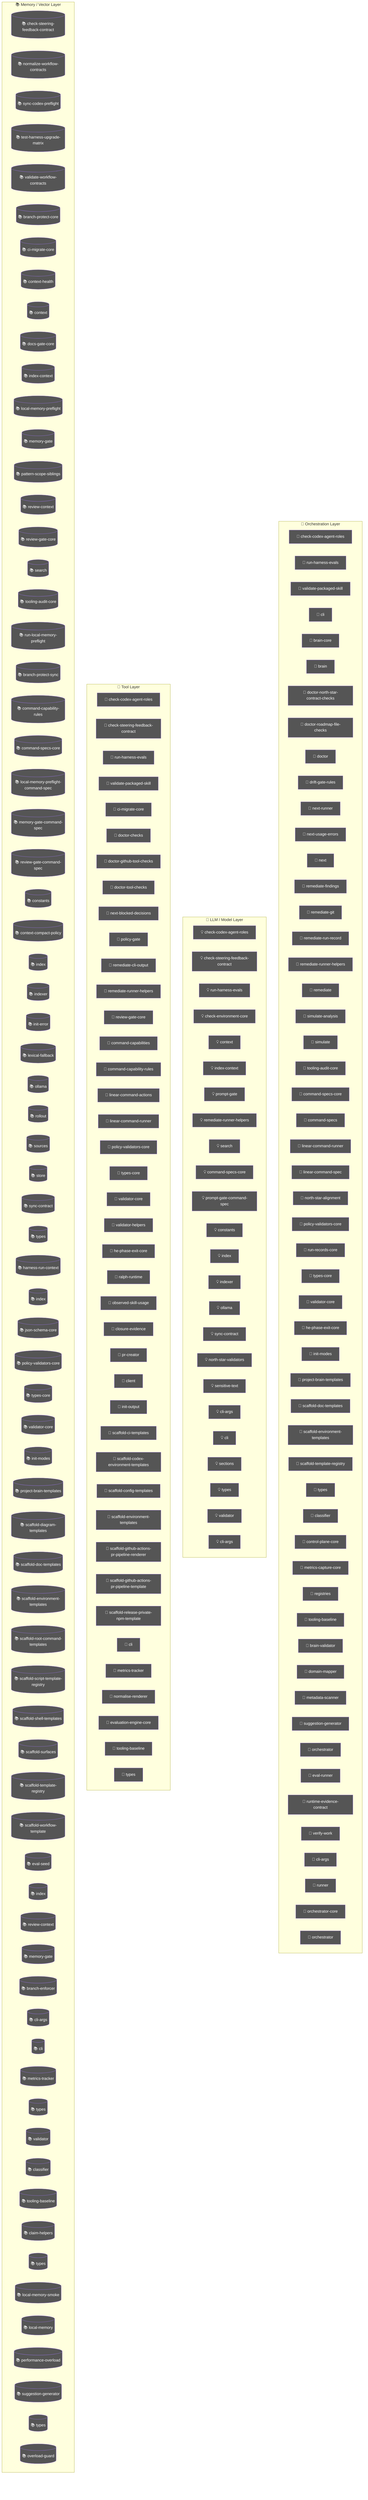
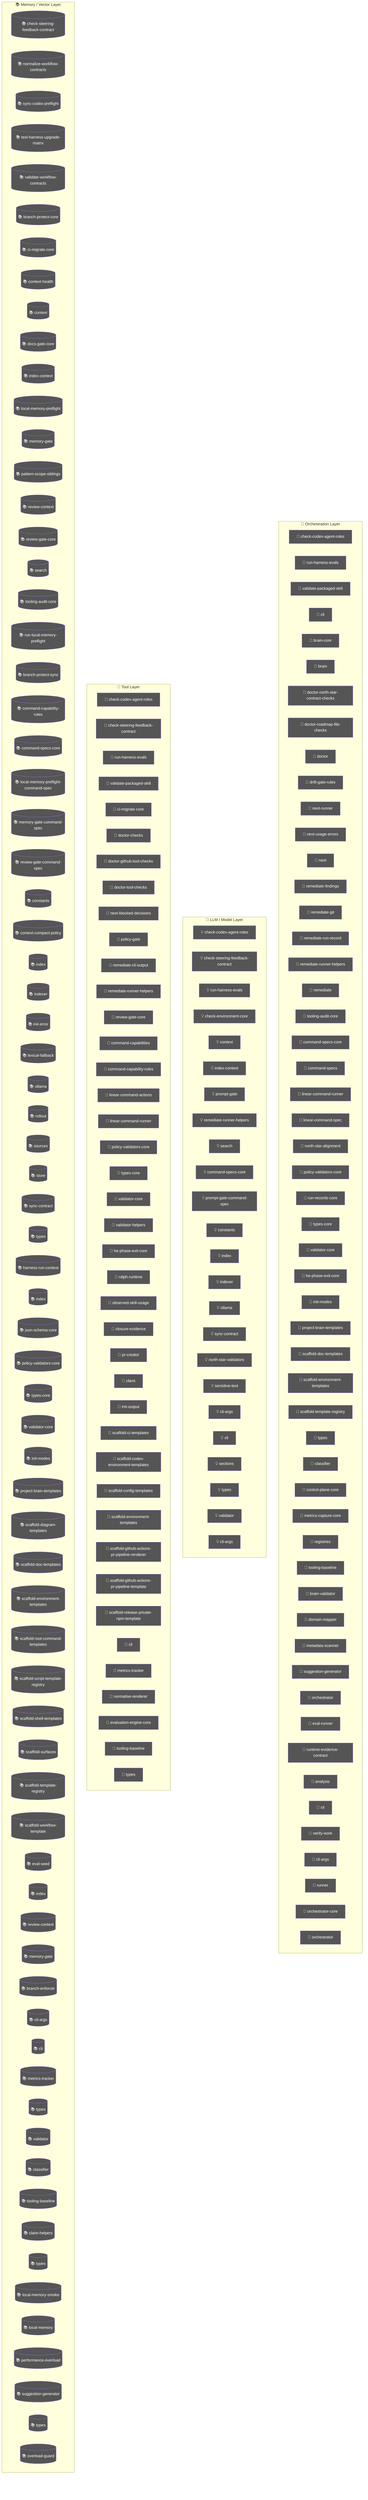
flowchart TD
  subgraph Orchestration["🎯 Orchestration Layer"]
    node_agent_mmd_orchestration_layer_orchestration_chec_7a9f0b64["🤖 check-codex-agent-roles"]
    node_agent_mmd_orchestration_layer_orchestration_run__18817957["🤖 run-harness-evals"]
    node_agent_mmd_orchestration_layer_orchestration_vali_c01b04be["🤖 validate-packaged-skill"]
    cli_99bb8840["🤖 cli"]
    brain_core_aa07c380["🤖 brain-core"]
    brain_bbbf7a64["🤖 brain"]
    doctor_north_star_contract_checks_0048124c["🤖 doctor-north-star-contract-checks"]
    doctor_roadmap_file_checks_14447b8e["🤖 doctor-roadmap-file-checks"]
    doctor_72f4be89["🤖 doctor"]
    drift_gate_rules_9685e72d["🤖 drift-gate-rules"]
    next_runner_41643472["🤖 next-runner"]
    next_usage_errors_837a345a["🤖 next-usage-errors"]
    next_c6c1c9a9["🤖 next"]
    remediate_findings_8b09c8c6["🤖 remediate-findings"]
    remediate_git_58c6f6f4["🤖 remediate-git"]
    remediate_run_record_9dfe5dc1["🤖 remediate-run-record"]
    node_agent_mmd_orchestration_layer_orchestration_reme_359fe98f["🤖 remediate-runner-helpers"]
    remediate_06b9c7fc["🤖 remediate"]
-     simulate_analysis_164a460c["🤖 simulate-analysis"]
-     simulate_b9efe395["🤖 simulate"]
    node_agent_mmd_orchestration_layer_orchestration_tool_acfe0c01["🤖 tooling-audit-core"]
    node_agent_mmd_orchestration_layer_orchestration_comm_1f8cc24c["🤖 command-specs-core"]
    command_specs_69167c63["🤖 command-specs"]
    node_agent_mmd_orchestration_layer_orchestration_line_b67affd5["🤖 linear-command-runner"]
    linear_command_spec_1e12dd44["🤖 linear-command-spec"]
    north_star_alignment_00440188["🤖 north-star-alignment"]
    node_agent_mmd_orchestration_layer_orchestration_poli_3270b55d["🤖 policy-validators-core"]
    run_records_core_89286dfa["🤖 run-records-core"]
    node_agent_mmd_orchestration_layer_orchestration_type_7cf81261["🤖 types-core"]
    node_agent_mmd_orchestration_layer_orchestration_vali_d9fe99e6["🤖 validator-core"]
    node_agent_mmd_orchestration_layer_orchestration_he_p_fc778c24["🤖 he-phase-exit-core"]
    node_agent_mmd_orchestration_layer_orchestration_init_2a9c3ecb["🤖 init-modes"]
    node_agent_mmd_orchestration_layer_orchestration_proj_6ab6f60f["🤖 project-brain-templates"]
    node_agent_mmd_orchestration_layer_orchestration_scaf_12cc07db["🤖 scaffold-doc-templates"]
    node_agent_mmd_orchestration_layer_orchestration_scaf_c9a90c2f["🤖 scaffold-environment-templates"]
    node_agent_mmd_orchestration_layer_orchestration_scaf_ff8f92f6["🤖 scaffold-template-registry"]
    types_9_1db4641f["🤖 types"]
    node_agent_mmd_orchestration_layer_orchestration_clas_899b821a["🤖 classifier"]
    control_plane_core_db3b4cb2["🤖 control-plane-core"]
    metrics_capture_core_db4bf7cf["🤖 metrics-capture-core"]
    registries_06402afa["🤖 registries"]
    node_agent_mmd_orchestration_layer_orchestration_tool_cc43149f["🤖 tooling-baseline"]
    brain_validator_be251832["🤖 brain-validator"]
    domain_mapper_cd9333d2["🤖 domain-mapper"]
    metadata_scanner_6a101b66["🤖 metadata-scanner"]
    node_agent_mmd_orchestration_layer_orchestration_sugg_85c5ebe3["🤖 suggestion-generator"]
    orchestrator_11376b7e["🤖 orchestrator"]
    eval_runner_0966a6b3["🤖 eval-runner"]
    runtime_evidence_contract_0f7b15b2["🤖 runtime-evidence-contract"]
+     analysis_f44e85c4["🤖 analysis"]
+     cli_8_e3a6ce03["🤖 cli"]
    verify_work_1_cd8e7ec3["🤖 verify-work"]
-     cli_args_9_9c136878["🤖 cli-args"]
+     cli_args_10_861cdd3f["🤖 cli-args"]
    runner_527aa9f4["🤖 runner"]
    orchestrator_core_d0678b53["🤖 orchestrator-core"]
    orchestrator_1_6b7137c5["🤖 orchestrator"]
  end
  subgraph LLMLayer["🧠 LLM / Model Layer"]
    node_agent_mmd_llm_model_layer_llmlayer_check_codex_a_29e7b7fa["💡 check-codex-agent-roles"]
    node_agent_mmd_llm_model_layer_llmlayer_check_steerin_a7dbbd2f["💡 check-steering-feedback-contract"]
    node_agent_mmd_llm_model_layer_llmlayer_run_harness_e_603fcfdc["💡 run-harness-evals"]
    check_environment_core_2c16213f["💡 check-environment-core"]
    node_agent_mmd_llm_model_layer_llmlayer_context_conte_ad2dfbd9["💡 context"]
    node_agent_mmd_llm_model_layer_llmlayer_index_context_1041bd11["💡 index-context"]
    prompt_gate_c5e9d207["💡 prompt-gate"]
    node_agent_mmd_llm_model_layer_llmlayer_remediate_run_9e3d4585["💡 remediate-runner-helpers"]
    node_agent_mmd_llm_model_layer_llmlayer_search_search_66b9a911["💡 search"]
    node_agent_mmd_llm_model_layer_llmlayer_command_specs_782af9fa["💡 command-specs-core"]
    prompt_gate_command_spec_9a941482["💡 prompt-gate-command-spec"]
    node_agent_mmd_llm_model_layer_llmlayer_constants_con_c9bd3f6c["💡 constants"]
    node_agent_mmd_llm_model_layer_llmlayer_index_index_1_02e160ff["💡 index"]
    node_agent_mmd_llm_model_layer_llmlayer_indexer_index_4f4deef5["💡 indexer"]
    node_agent_mmd_llm_model_layer_llmlayer_ollama_ollama_968b23fa["💡 ollama"]
    node_agent_mmd_llm_model_layer_llmlayer_sync_contract_9f3cc8c1["💡 sync-contract"]
    north_star_validators_cfc926ce["💡 north-star-validators"]
    sensitive_text_7c11f760["💡 sensitive-text"]
    cli_args_6_be6244ad["💡 cli-args"]
    cli_7_dc4a9f7f["💡 cli"]
    sections_4697ef32["💡 sections"]
    types_19_eb4ad5f0["💡 types"]
    validator_6_3688adbf["💡 validator"]
    cli_args_7_16dab031["💡 cli-args"]
  end
  subgraph ToolLayer["🔧 Tool Layer"]
    node_agent_mmd_tool_layer_toollayer_check_codex_agent_4b361d5a["🔧 check-codex-agent-roles"]
    node_agent_mmd_tool_layer_toollayer_check_steering_fe_84ed22c2["🔧 check-steering-feedback-contract"]
    node_agent_mmd_tool_layer_toollayer_run_harness_evals_e2ee24f1["🔧 run-harness-evals"]
    node_agent_mmd_tool_layer_toollayer_validate_packaged_f6ed6f12["🔧 validate-packaged-skill"]
    node_agent_mmd_tool_layer_toollayer_ci_migrate_core_c_049f8460["🔧 ci-migrate-core"]
    doctor_checks_5a2eb2b9["🔧 doctor-checks"]
    doctor_github_tool_checks_a53b0382["🔧 doctor-github-tool-checks"]
    doctor_tool_checks_4acac51a["🔧 doctor-tool-checks"]
    next_blocked_decisions_4140ad2b["🔧 next-blocked-decisions"]
    policy_gate_213f7313["🔧 policy-gate"]
    remediate_cli_output_cc165396["🔧 remediate-cli-output"]
    node_agent_mmd_tool_layer_toollayer_remediate_runner__c003b871["🔧 remediate-runner-helpers"]
    node_agent_mmd_tool_layer_toollayer_review_gate_core__7704598b["🔧 review-gate-core"]
    command_capabilities_a4d5c71e["🔧 command-capabilities"]
    node_agent_mmd_tool_layer_toollayer_command_capabilit_e97a4615["🔧 command-capability-rules"]
    linear_command_actions_e430f4f4["🔧 linear-command-actions"]
    node_agent_mmd_tool_layer_toollayer_linear_command_ru_d6763748["🔧 linear-command-runner"]
    node_agent_mmd_tool_layer_toollayer_policy_validators_af136abf["🔧 policy-validators-core"]
    node_agent_mmd_tool_layer_toollayer_types_core_types__6c8319b6["🔧 types-core"]
    node_agent_mmd_tool_layer_toollayer_validator_core_va_6ef6131f["🔧 validator-core"]
    validator_helpers_7b927667["🔧 validator-helpers"]
    node_agent_mmd_tool_layer_toollayer_he_phase_exit_cor_af016160["🔧 he-phase-exit-core"]
    ralph_runtime_73d63c0e["🔧 ralph-runtime"]
    observed_skill_usage_ed7d5930["🔧 observed-skill-usage"]
    closure_evidence_aaa31467["🔧 closure-evidence"]
    pr_creator_dc6b1ea4["🔧 pr-creator"]
    client_948fe603["🔧 client"]
    init_output_360dce91["🔧 init-output"]
    scaffold_ci_templates_2afd6392["🔧 scaffold-ci-templates"]
    scaffold_codex_environment_templates_334fbbed["🔧 scaffold-codex-environment-templates"]
    scaffold_config_templates_4b80ce53["🔧 scaffold-config-templates"]
    node_agent_mmd_tool_layer_toollayer_scaffold_environm_c1afc013["🔧 scaffold-environment-templates"]
    scaffold_github_actions_pr_pipeline_renderer_1ee18de5["🔧 scaffold-github-actions-pr-pipeline-renderer"]
    scaffold_github_actions_pr_pipeline_template_e2b85f62["🔧 scaffold-github-actions-pr-pipeline-template"]
    scaffold_release_private_npm_template_075499f8["🔧 scaffold-release-private-npm-template"]
    node_agent_mmd_tool_layer_toollayer_cli_cli_2_1_32d9eeaf["🔧 cli"]
    node_agent_mmd_tool_layer_toollayer_metrics_tracker_m_4c9237d8["🔧 metrics-tracker"]
    normalise_renderer_85f2e563["🔧 normalise-renderer"]
    evaluation_engine_core_e054fe49["🔧 evaluation-engine-core"]
    node_agent_mmd_tool_layer_toollayer_tooling_baseline__61e66e9f["🔧 tooling-baseline"]
    types_25_89d086aa["🔧 types"]
  end
  subgraph MemoryLayer["📚 Memory / Vector Layer"]
    node_agent_mmd_memory_vector_layer_memorylayer_check__d71f8993[("📚 check-steering-feedback-contract")]
    normalize_workflow_contracts_8701f1c8[("📚 normalize-workflow-contracts")]
    sync_codex_preflight_7e7a8dc2[("📚 sync-codex-preflight")]
    test_harness_upgrade_matrix_84113c4e[("📚 test-harness-upgrade-matrix")]
    validate_workflow_contracts_33dc063c[("📚 validate-workflow-contracts")]
    branch_protect_core_a8feb0fd[("📚 branch-protect-core")]
    node_agent_mmd_memory_vector_layer_memorylayer_ci_mig_0cd5b1a4[("📚 ci-migrate-core")]
    context_health_80bb7da9[("📚 context-health")]
    node_agent_mmd_memory_vector_layer_memorylayer_contex_78ceaaa9[("📚 context")]
    docs_gate_core_eb9b6c18[("📚 docs-gate-core")]
    node_agent_mmd_memory_vector_layer_memorylayer_index__6f3402d0[("📚 index-context")]
    local_memory_preflight_dcc36c42[("📚 local-memory-preflight")]
    memory_gate_a577a506[("📚 memory-gate")]
    pattern_scope_siblings_43abe000[("📚 pattern-scope-siblings")]
    review_context_ca6cf81d[("📚 review-context")]
    node_agent_mmd_memory_vector_layer_memorylayer_review_5bee9816[("📚 review-gate-core")]
    node_agent_mmd_memory_vector_layer_memorylayer_search_ac35cb7e[("📚 search")]
    node_agent_mmd_memory_vector_layer_memorylayer_toolin_a1185b8f[("📚 tooling-audit-core")]
    run_local_memory_preflight_36e92808[("📚 run-local-memory-preflight")]
    branch_protect_sync_570adb18[("📚 branch-protect-sync")]
    node_agent_mmd_memory_vector_layer_memorylayer_comman_c72a5d05[("📚 command-capability-rules")]
    node_agent_mmd_memory_vector_layer_memorylayer_comman_111eb454[("📚 command-specs-core")]
    local_memory_preflight_command_spec_9e23f3ce[("📚 local-memory-preflight-command-spec")]
    memory_gate_command_spec_dc9001a9[("📚 memory-gate-command-spec")]
    review_gate_command_spec_3187376a[("📚 review-gate-command-spec")]
    node_agent_mmd_memory_vector_layer_memorylayer_consta_702d3f46[("📚 constants")]
    context_compact_policy_3dcaf95d[("📚 context-compact-policy")]
    node_agent_mmd_memory_vector_layer_memorylayer_index__752bc61e[("📚 index")]
    node_agent_mmd_memory_vector_layer_memorylayer_indexe_93e6d86f[("📚 indexer")]
    init_error_5c7dd49f[("📚 init-error")]
    lexical_fallback_723e2b3e[("📚 lexical-fallback")]
    node_agent_mmd_memory_vector_layer_memorylayer_ollama_6d51be16[("📚 ollama")]
    rollout_a4fa034c[("📚 rollout")]
    sources_878a52fc[("📚 sources")]
    store_824d80d7[("📚 store")]
    node_agent_mmd_memory_vector_layer_memorylayer_sync_c_e43418bc[("📚 sync-contract")]
    types_4_822d0f88[("📚 types")]
    harness_run_context_ac7c77a9[("📚 harness-run-context")]
    index_1_faebc14e[("📚 index")]
    json_schema_core_96d7e328[("📚 json-schema-core")]
    node_agent_mmd_memory_vector_layer_memorylayer_policy_1944de42[("📚 policy-validators-core")]
    node_agent_mmd_memory_vector_layer_memorylayer_types__83f369fa[("📚 types-core")]
    node_agent_mmd_memory_vector_layer_memorylayer_valida_41034356[("📚 validator-core")]
    node_agent_mmd_memory_vector_layer_memorylayer_init_m_333d02c5[("📚 init-modes")]
    node_agent_mmd_memory_vector_layer_memorylayer_projec_3ae304d9[("📚 project-brain-templates")]
    scaffold_diagram_templates_dd88e83c[("📚 scaffold-diagram-templates")]
    node_agent_mmd_memory_vector_layer_memorylayer_scaffo_5fd73b94[("📚 scaffold-doc-templates")]
    node_agent_mmd_memory_vector_layer_memorylayer_scaffo_12b42341[("📚 scaffold-environment-templates")]
    scaffold_root_command_templates_404fed7f[("📚 scaffold-root-command-templates")]
    scaffold_script_template_registry_69312d4e[("📚 scaffold-script-template-registry")]
    scaffold_shell_templates_0ad0f915[("📚 scaffold-shell-templates")]
    scaffold_surfaces_12d6494e[("📚 scaffold-surfaces")]
    node_agent_mmd_memory_vector_layer_memorylayer_scaffo_a86eece1[("📚 scaffold-template-registry")]
    scaffold_workflow_template_92310587[("📚 scaffold-workflow-template")]
    eval_seed_5699fd3e[("📚 eval-seed")]
    index_4_013aa0e3[("📚 index")]
    review_context_1_e3afed15[("📚 review-context")]
    memory_gate_1_265164ac[("📚 memory-gate")]
    branch_enforcer_acb749cd[("📚 branch-enforcer")]
    cli_args_3_371ad1f3[("📚 cli-args")]
    node_agent_mmd_memory_vector_layer_memorylayer_cli_cl_1f1f89ab[("📚 cli")]
    node_agent_mmd_memory_vector_layer_memorylayer_metric_12562178[("📚 metrics-tracker")]
    types_11_4be3ee64[("📚 types")]
    validator_4_5180cf23[("📚 validator")]
    node_agent_mmd_memory_vector_layer_memorylayer_classi_1ebbf5ff[("📚 classifier")]
    node_agent_mmd_memory_vector_layer_memorylayer_toolin_14f86b00[("📚 tooling-baseline")]
    claim_helpers_20dc8387[("📚 claim-helpers")]
    types_16_0fae1112[("📚 types")]
    local_memory_smoke_1175abfc[("📚 local-memory-smoke")]
    local_memory_0db17ecc[("📚 local-memory")]
    performance_overload_c685bfcf[("📚 performance-overload")]
    node_agent_mmd_memory_vector_layer_memorylayer_sugges_267f408d[("📚 suggestion-generator")]
    types_23_4352ee2e[("📚 types")]
    overload_guard_2748c559[("📚 overload-guard")]
  end
  classDef agentNode fill:#555,color:#fff
-   class node_agent_mmd_orchestration_layer_orchestration_chec_7a9f0b64,node_agent_mmd_llm_model_layer_llmlayer_check_codex_a_29e7b7fa,node_agent_mmd_tool_layer_toollayer_check_codex_agent_4b361d5a,node_agent_mmd_orchestration_layer_orchestration_run__18817957,node_agent_mmd_llm_model_layer_llmlayer_run_harness_e_603fcfdc,node_agent_mmd_tool_layer_toollayer_run_harness_evals_e2ee24f1,node_agent_mmd_orchestration_layer_orchestration_vali_c01b04be,node_agent_mmd_tool_layer_toollayer_validate_packaged_f6ed6f12,cli_99bb8840,brain_core_aa07c380,brain_bbbf7a64,doctor_north_star_contract_checks_0048124c,doctor_roadmap_file_checks_14447b8e,doctor_72f4be89,drift_gate_rules_9685e72d,next_runner_41643472,next_usage_errors_837a345a,next_c6c1c9a9,remediate_findings_8b09c8c6,remediate_git_58c6f6f4,remediate_run_record_9dfe5dc1,node_agent_mmd_orchestration_layer_orchestration_reme_359fe98f,node_agent_mmd_llm_model_layer_llmlayer_remediate_run_9e3d4585,node_agent_mmd_tool_layer_toollayer_remediate_runner__c003b871,remediate_06b9c7fc,simulate_analysis_164a460c,simulate_b9efe395,node_agent_mmd_orchestration_layer_orchestration_tool_acfe0c01,node_agent_mmd_memory_vector_layer_memorylayer_toolin_a1185b8f,node_agent_mmd_orchestration_layer_orchestration_comm_1f8cc24c,node_agent_mmd_llm_model_layer_llmlayer_command_specs_782af9fa,node_agent_mmd_memory_vector_layer_memorylayer_comman_111eb454,command_specs_69167c63,node_agent_mmd_orchestration_layer_orchestration_line_b67affd5,node_agent_mmd_tool_layer_toollayer_linear_command_ru_d6763748,linear_command_spec_1e12dd44,north_star_alignment_00440188,node_agent_mmd_orchestration_layer_orchestration_poli_3270b55d,node_agent_mmd_tool_layer_toollayer_policy_validators_af136abf,node_agent_mmd_memory_vector_layer_memorylayer_policy_1944de42,run_records_core_89286dfa,node_agent_mmd_orchestration_layer_orchestration_type_7cf81261,node_agent_mmd_tool_layer_toollayer_types_core_types__6c8319b6,node_agent_mmd_memory_vector_layer_memorylayer_types__83f369fa,node_agent_mmd_orchestration_layer_orchestration_vali_d9fe99e6,node_agent_mmd_tool_layer_toollayer_validator_core_va_6ef6131f,node_agent_mmd_memory_vector_layer_memorylayer_valida_41034356,node_agent_mmd_orchestration_layer_orchestration_he_p_fc778c24,node_agent_mmd_tool_layer_toollayer_he_phase_exit_cor_af016160,node_agent_mmd_orchestration_layer_orchestration_init_2a9c3ecb,node_agent_mmd_memory_vector_layer_memorylayer_init_m_333d02c5,node_agent_mmd_orchestration_layer_orchestration_proj_6ab6f60f,node_agent_mmd_memory_vector_layer_memorylayer_projec_3ae304d9,node_agent_mmd_orchestration_layer_orchestration_scaf_12cc07db,node_agent_mmd_memory_vector_layer_memorylayer_scaffo_5fd73b94,node_agent_mmd_orchestration_layer_orchestration_scaf_c9a90c2f,node_agent_mmd_tool_layer_toollayer_scaffold_environm_c1afc013,node_agent_mmd_memory_vector_layer_memorylayer_scaffo_12b42341,node_agent_mmd_orchestration_layer_orchestration_scaf_ff8f92f6,node_agent_mmd_memory_vector_layer_memorylayer_scaffo_a86eece1,types_9_1db4641f,node_agent_mmd_orchestration_layer_orchestration_clas_899b821a,node_agent_mmd_memory_vector_layer_memorylayer_classi_1ebbf5ff,control_plane_core_db3b4cb2,metrics_capture_core_db4bf7cf,registries_06402afa,node_agent_mmd_orchestration_layer_orchestration_tool_cc43149f,node_agent_mmd_tool_layer_toollayer_tooling_baseline__61e66e9f,node_agent_mmd_memory_vector_layer_memorylayer_toolin_14f86b00,brain_validator_be251832,domain_mapper_cd9333d2,metadata_scanner_6a101b66,node_agent_mmd_orchestration_layer_orchestration_sugg_85c5ebe3,node_agent_mmd_memory_vector_layer_memorylayer_sugges_267f408d,orchestrator_11376b7e,eval_runner_0966a6b3,runtime_evidence_contract_0f7b15b2,verify_work_1_cd8e7ec3,cli_args_9_9c136878,runner_527aa9f4,orchestrator_core_d0678b53,orchestrator_1_6b7137c5 agentNode
+   class node_agent_mmd_orchestration_layer_orchestration_chec_7a9f0b64,node_agent_mmd_llm_model_layer_llmlayer_check_codex_a_29e7b7fa,node_agent_mmd_tool_layer_toollayer_check_codex_agent_4b361d5a,node_agent_mmd_orchestration_layer_orchestration_run__18817957,node_agent_mmd_llm_model_layer_llmlayer_run_harness_e_603fcfdc,node_agent_mmd_tool_layer_toollayer_run_harness_evals_e2ee24f1,node_agent_mmd_orchestration_layer_orchestration_vali_c01b04be,node_agent_mmd_tool_layer_toollayer_validate_packaged_f6ed6f12,cli_99bb8840,brain_core_aa07c380,brain_bbbf7a64,doctor_north_star_contract_checks_0048124c,doctor_roadmap_file_checks_14447b8e,doctor_72f4be89,drift_gate_rules_9685e72d,next_runner_41643472,next_usage_errors_837a345a,next_c6c1c9a9,remediate_findings_8b09c8c6,remediate_git_58c6f6f4,remediate_run_record_9dfe5dc1,node_agent_mmd_orchestration_layer_orchestration_reme_359fe98f,node_agent_mmd_llm_model_layer_llmlayer_remediate_run_9e3d4585,node_agent_mmd_tool_layer_toollayer_remediate_runner__c003b871,remediate_06b9c7fc,node_agent_mmd_orchestration_layer_orchestration_tool_acfe0c01,node_agent_mmd_memory_vector_layer_memorylayer_toolin_a1185b8f,node_agent_mmd_orchestration_layer_orchestration_comm_1f8cc24c,node_agent_mmd_llm_model_layer_llmlayer_command_specs_782af9fa,node_agent_mmd_memory_vector_layer_memorylayer_comman_111eb454,command_specs_69167c63,node_agent_mmd_orchestration_layer_orchestration_line_b67affd5,node_agent_mmd_tool_layer_toollayer_linear_command_ru_d6763748,linear_command_spec_1e12dd44,north_star_alignment_00440188,node_agent_mmd_orchestration_layer_orchestration_poli_3270b55d,node_agent_mmd_tool_layer_toollayer_policy_validators_af136abf,node_agent_mmd_memory_vector_layer_memorylayer_policy_1944de42,run_records_core_89286dfa,node_agent_mmd_orchestration_layer_orchestration_type_7cf81261,node_agent_mmd_tool_layer_toollayer_types_core_types__6c8319b6,node_agent_mmd_memory_vector_layer_memorylayer_types__83f369fa,node_agent_mmd_orchestration_layer_orchestration_vali_d9fe99e6,node_agent_mmd_tool_layer_toollayer_validator_core_va_6ef6131f,node_agent_mmd_memory_vector_layer_memorylayer_valida_41034356,node_agent_mmd_orchestration_layer_orchestration_he_p_fc778c24,node_agent_mmd_tool_layer_toollayer_he_phase_exit_cor_af016160,node_agent_mmd_orchestration_layer_orchestration_init_2a9c3ecb,node_agent_mmd_memory_vector_layer_memorylayer_init_m_333d02c5,node_agent_mmd_orchestration_layer_orchestration_proj_6ab6f60f,node_agent_mmd_memory_vector_layer_memorylayer_projec_3ae304d9,node_agent_mmd_orchestration_layer_orchestration_scaf_12cc07db,node_agent_mmd_memory_vector_layer_memorylayer_scaffo_5fd73b94,node_agent_mmd_orchestration_layer_orchestration_scaf_c9a90c2f,node_agent_mmd_tool_layer_toollayer_scaffold_environm_c1afc013,node_agent_mmd_memory_vector_layer_memorylayer_scaffo_12b42341,node_agent_mmd_orchestration_layer_orchestration_scaf_ff8f92f6,node_agent_mmd_memory_vector_layer_memorylayer_scaffo_a86eece1,types_9_1db4641f,node_agent_mmd_orchestration_layer_orchestration_clas_899b821a,node_agent_mmd_memory_vector_layer_memorylayer_classi_1ebbf5ff,control_plane_core_db3b4cb2,metrics_capture_core_db4bf7cf,registries_06402afa,node_agent_mmd_orchestration_layer_orchestration_tool_cc43149f,node_agent_mmd_tool_layer_toollayer_tooling_baseline__61e66e9f,node_agent_mmd_memory_vector_layer_memorylayer_toolin_14f86b00,brain_validator_be251832,domain_mapper_cd9333d2,metadata_scanner_6a101b66,node_agent_mmd_orchestration_layer_orchestration_sugg_85c5ebe3,node_agent_mmd_memory_vector_layer_memorylayer_sugges_267f408d,orchestrator_11376b7e,eval_runner_0966a6b3,runtime_evidence_contract_0f7b15b2,analysis_f44e85c4,cli_8_e3a6ce03,verify_work_1_cd8e7ec3,cli_args_10_861cdd3f,runner_527aa9f4,orchestrator_core_d0678b53,orchestrator_1_6b7137c5 agentNode
  classDef llmNode fill:#555,color:#fff
  class node_agent_mmd_orchestration_layer_orchestration_chec_7a9f0b64,node_agent_mmd_llm_model_layer_llmlayer_check_codex_a_29e7b7fa,node_agent_mmd_tool_layer_toollayer_check_codex_agent_4b361d5a,node_agent_mmd_llm_model_layer_llmlayer_check_steerin_a7dbbd2f,node_agent_mmd_tool_layer_toollayer_check_steering_fe_84ed22c2,node_agent_mmd_memory_vector_layer_memorylayer_check__d71f8993,node_agent_mmd_orchestration_layer_orchestration_run__18817957,node_agent_mmd_llm_model_layer_llmlayer_run_harness_e_603fcfdc,node_agent_mmd_tool_layer_toollayer_run_harness_evals_e2ee24f1,check_environment_core_2c16213f,node_agent_mmd_llm_model_layer_llmlayer_context_conte_ad2dfbd9,node_agent_mmd_memory_vector_layer_memorylayer_contex_78ceaaa9,node_agent_mmd_llm_model_layer_llmlayer_index_context_1041bd11,node_agent_mmd_memory_vector_layer_memorylayer_index__6f3402d0,prompt_gate_c5e9d207,node_agent_mmd_orchestration_layer_orchestration_reme_359fe98f,node_agent_mmd_llm_model_layer_llmlayer_remediate_run_9e3d4585,node_agent_mmd_tool_layer_toollayer_remediate_runner__c003b871,node_agent_mmd_llm_model_layer_llmlayer_search_search_66b9a911,node_agent_mmd_memory_vector_layer_memorylayer_search_ac35cb7e,node_agent_mmd_orchestration_layer_orchestration_comm_1f8cc24c,node_agent_mmd_llm_model_layer_llmlayer_command_specs_782af9fa,node_agent_mmd_memory_vector_layer_memorylayer_comman_111eb454,prompt_gate_command_spec_9a941482,node_agent_mmd_llm_model_layer_llmlayer_constants_con_c9bd3f6c,node_agent_mmd_memory_vector_layer_memorylayer_consta_702d3f46,node_agent_mmd_llm_model_layer_llmlayer_index_index_1_02e160ff,node_agent_mmd_memory_vector_layer_memorylayer_index__752bc61e,node_agent_mmd_llm_model_layer_llmlayer_indexer_index_4f4deef5,node_agent_mmd_memory_vector_layer_memorylayer_indexe_93e6d86f,node_agent_mmd_llm_model_layer_llmlayer_ollama_ollama_968b23fa,node_agent_mmd_memory_vector_layer_memorylayer_ollama_6d51be16,node_agent_mmd_llm_model_layer_llmlayer_sync_contract_9f3cc8c1,node_agent_mmd_memory_vector_layer_memorylayer_sync_c_e43418bc,north_star_validators_cfc926ce,sensitive_text_7c11f760,cli_args_6_be6244ad,cli_7_dc4a9f7f,sections_4697ef32,types_19_eb4ad5f0,validator_6_3688adbf,cli_args_7_16dab031 llmNode
  classDef toolNode fill:#555,color:#fff
  class node_agent_mmd_orchestration_layer_orchestration_chec_7a9f0b64,node_agent_mmd_llm_model_layer_llmlayer_check_codex_a_29e7b7fa,node_agent_mmd_tool_layer_toollayer_check_codex_agent_4b361d5a,node_agent_mmd_llm_model_layer_llmlayer_check_steerin_a7dbbd2f,node_agent_mmd_tool_layer_toollayer_check_steering_fe_84ed22c2,node_agent_mmd_memory_vector_layer_memorylayer_check__d71f8993,node_agent_mmd_orchestration_layer_orchestration_run__18817957,node_agent_mmd_llm_model_layer_llmlayer_run_harness_e_603fcfdc,node_agent_mmd_tool_layer_toollayer_run_harness_evals_e2ee24f1,node_agent_mmd_orchestration_layer_orchestration_vali_c01b04be,node_agent_mmd_tool_layer_toollayer_validate_packaged_f6ed6f12,node_agent_mmd_tool_layer_toollayer_ci_migrate_core_c_049f8460,node_agent_mmd_memory_vector_layer_memorylayer_ci_mig_0cd5b1a4,doctor_checks_5a2eb2b9,doctor_github_tool_checks_a53b0382,doctor_tool_checks_4acac51a,next_blocked_decisions_4140ad2b,policy_gate_213f7313,remediate_cli_output_cc165396,node_agent_mmd_orchestration_layer_orchestration_reme_359fe98f,node_agent_mmd_llm_model_layer_llmlayer_remediate_run_9e3d4585,node_agent_mmd_tool_layer_toollayer_remediate_runner__c003b871,node_agent_mmd_tool_layer_toollayer_review_gate_core__7704598b,node_agent_mmd_memory_vector_layer_memorylayer_review_5bee9816,command_capabilities_a4d5c71e,node_agent_mmd_tool_layer_toollayer_command_capabilit_e97a4615,node_agent_mmd_memory_vector_layer_memorylayer_comman_c72a5d05,linear_command_actions_e430f4f4,node_agent_mmd_orchestration_layer_orchestration_line_b67affd5,node_agent_mmd_tool_layer_toollayer_linear_command_ru_d6763748,node_agent_mmd_orchestration_layer_orchestration_poli_3270b55d,node_agent_mmd_tool_layer_toollayer_policy_validators_af136abf,node_agent_mmd_memory_vector_layer_memorylayer_policy_1944de42,node_agent_mmd_orchestration_layer_orchestration_type_7cf81261,node_agent_mmd_tool_layer_toollayer_types_core_types__6c8319b6,node_agent_mmd_memory_vector_layer_memorylayer_types__83f369fa,node_agent_mmd_orchestration_layer_orchestration_vali_d9fe99e6,node_agent_mmd_tool_layer_toollayer_validator_core_va_6ef6131f,node_agent_mmd_memory_vector_layer_memorylayer_valida_41034356,validator_helpers_7b927667,node_agent_mmd_orchestration_layer_orchestration_he_p_fc778c24,node_agent_mmd_tool_layer_toollayer_he_phase_exit_cor_af016160,ralph_runtime_73d63c0e,observed_skill_usage_ed7d5930,closure_evidence_aaa31467,pr_creator_dc6b1ea4,client_948fe603,init_output_360dce91,scaffold_ci_templates_2afd6392,scaffold_codex_environment_templates_334fbbed,scaffold_config_templates_4b80ce53,node_agent_mmd_orchestration_layer_orchestration_scaf_c9a90c2f,node_agent_mmd_tool_layer_toollayer_scaffold_environm_c1afc013,node_agent_mmd_memory_vector_layer_memorylayer_scaffo_12b42341,scaffold_github_actions_pr_pipeline_renderer_1ee18de5,scaffold_github_actions_pr_pipeline_template_e2b85f62,scaffold_release_private_npm_template_075499f8,node_agent_mmd_tool_layer_toollayer_cli_cli_2_1_32d9eeaf,node_agent_mmd_memory_vector_layer_memorylayer_cli_cl_1f1f89ab,node_agent_mmd_tool_layer_toollayer_metrics_tracker_m_4c9237d8,node_agent_mmd_memory_vector_layer_memorylayer_metric_12562178,normalise_renderer_85f2e563,evaluation_engine_core_e054fe49,node_agent_mmd_orchestration_layer_orchestration_tool_cc43149f,node_agent_mmd_tool_layer_toollayer_tooling_baseline__61e66e9f,node_agent_mmd_memory_vector_layer_memorylayer_toolin_14f86b00,types_25_89d086aa toolNode
  classDef memNode fill:#555,color:#fff
  class node_agent_mmd_llm_model_layer_llmlayer_check_steerin_a7dbbd2f,node_agent_mmd_tool_layer_toollayer_check_steering_fe_84ed22c2,node_agent_mmd_memory_vector_layer_memorylayer_check__d71f8993,normalize_workflow_contracts_8701f1c8,sync_codex_preflight_7e7a8dc2,test_harness_upgrade_matrix_84113c4e,validate_workflow_contracts_33dc063c,branch_protect_core_a8feb0fd,node_agent_mmd_tool_layer_toollayer_ci_migrate_core_c_049f8460,node_agent_mmd_memory_vector_layer_memorylayer_ci_mig_0cd5b1a4,context_health_80bb7da9,node_agent_mmd_llm_model_layer_llmlayer_context_conte_ad2dfbd9,node_agent_mmd_memory_vector_layer_memorylayer_contex_78ceaaa9,docs_gate_core_eb9b6c18,node_agent_mmd_llm_model_layer_llmlayer_index_context_1041bd11,node_agent_mmd_memory_vector_layer_memorylayer_index__6f3402d0,local_memory_preflight_dcc36c42,memory_gate_a577a506,pattern_scope_siblings_43abe000,review_context_ca6cf81d,node_agent_mmd_tool_layer_toollayer_review_gate_core__7704598b,node_agent_mmd_memory_vector_layer_memorylayer_review_5bee9816,node_agent_mmd_llm_model_layer_llmlayer_search_search_66b9a911,node_agent_mmd_memory_vector_layer_memorylayer_search_ac35cb7e,node_agent_mmd_orchestration_layer_orchestration_tool_acfe0c01,node_agent_mmd_memory_vector_layer_memorylayer_toolin_a1185b8f,run_local_memory_preflight_36e92808,branch_protect_sync_570adb18,node_agent_mmd_tool_layer_toollayer_command_capabilit_e97a4615,node_agent_mmd_memory_vector_layer_memorylayer_comman_c72a5d05,node_agent_mmd_orchestration_layer_orchestration_comm_1f8cc24c,node_agent_mmd_llm_model_layer_llmlayer_command_specs_782af9fa,node_agent_mmd_memory_vector_layer_memorylayer_comman_111eb454,local_memory_preflight_command_spec_9e23f3ce,memory_gate_command_spec_dc9001a9,review_gate_command_spec_3187376a,node_agent_mmd_llm_model_layer_llmlayer_constants_con_c9bd3f6c,node_agent_mmd_memory_vector_layer_memorylayer_consta_702d3f46,context_compact_policy_3dcaf95d,node_agent_mmd_llm_model_layer_llmlayer_index_index_1_02e160ff,node_agent_mmd_memory_vector_layer_memorylayer_index__752bc61e,node_agent_mmd_llm_model_layer_llmlayer_indexer_index_4f4deef5,node_agent_mmd_memory_vector_layer_memorylayer_indexe_93e6d86f,init_error_5c7dd49f,lexical_fallback_723e2b3e,node_agent_mmd_llm_model_layer_llmlayer_ollama_ollama_968b23fa,node_agent_mmd_memory_vector_layer_memorylayer_ollama_6d51be16,rollout_a4fa034c,sources_878a52fc,store_824d80d7,node_agent_mmd_llm_model_layer_llmlayer_sync_contract_9f3cc8c1,node_agent_mmd_memory_vector_layer_memorylayer_sync_c_e43418bc,types_4_822d0f88,harness_run_context_ac7c77a9,index_1_faebc14e,json_schema_core_96d7e328,node_agent_mmd_orchestration_layer_orchestration_poli_3270b55d,node_agent_mmd_tool_layer_toollayer_policy_validators_af136abf,node_agent_mmd_memory_vector_layer_memorylayer_policy_1944de42,node_agent_mmd_orchestration_layer_orchestration_type_7cf81261,node_agent_mmd_tool_layer_toollayer_types_core_types__6c8319b6,node_agent_mmd_memory_vector_layer_memorylayer_types__83f369fa,node_agent_mmd_orchestration_layer_orchestration_vali_d9fe99e6,node_agent_mmd_tool_layer_toollayer_validator_core_va_6ef6131f,node_agent_mmd_memory_vector_layer_memorylayer_valida_41034356,node_agent_mmd_orchestration_layer_orchestration_init_2a9c3ecb,node_agent_mmd_memory_vector_layer_memorylayer_init_m_333d02c5,node_agent_mmd_orchestration_layer_orchestration_proj_6ab6f60f,node_agent_mmd_memory_vector_layer_memorylayer_projec_3ae304d9,scaffold_diagram_templates_dd88e83c,node_agent_mmd_orchestration_layer_orchestration_scaf_12cc07db,node_agent_mmd_memory_vector_layer_memorylayer_scaffo_5fd73b94,node_agent_mmd_orchestration_layer_orchestration_scaf_c9a90c2f,node_agent_mmd_tool_layer_toollayer_scaffold_environm_c1afc013,node_agent_mmd_memory_vector_layer_memorylayer_scaffo_12b42341,scaffold_root_command_templates_404fed7f,scaffold_script_template_registry_69312d4e,scaffold_shell_templates_0ad0f915,scaffold_surfaces_12d6494e,node_agent_mmd_orchestration_layer_orchestration_scaf_ff8f92f6,node_agent_mmd_memory_vector_layer_memorylayer_scaffo_a86eece1,scaffold_workflow_template_92310587,eval_seed_5699fd3e,index_4_013aa0e3,review_context_1_e3afed15,memory_gate_1_265164ac,branch_enforcer_acb749cd,cli_args_3_371ad1f3,node_agent_mmd_tool_layer_toollayer_cli_cli_2_1_32d9eeaf,node_agent_mmd_memory_vector_layer_memorylayer_cli_cl_1f1f89ab,node_agent_mmd_tool_layer_toollayer_metrics_tracker_m_4c9237d8,node_agent_mmd_memory_vector_layer_memorylayer_metric_12562178,types_11_4be3ee64,validator_4_5180cf23,node_agent_mmd_orchestration_layer_orchestration_clas_899b821a,node_agent_mmd_memory_vector_layer_memorylayer_classi_1ebbf5ff,node_agent_mmd_orchestration_layer_orchestration_tool_cc43149f,node_agent_mmd_tool_layer_toollayer_tooling_baseline__61e66e9f,node_agent_mmd_memory_vector_layer_memorylayer_toolin_14f86b00,claim_helpers_20dc8387,types_16_0fae1112,local_memory_smoke_1175abfc,local_memory_0db17ecc,performance_overload_c685bfcf,node_agent_mmd_orchestration_layer_orchestration_sugg_85c5ebe3,node_agent_mmd_memory_vector_layer_memorylayer_sugges_267f408d,types_23_4352ee2e,overload_guard_2748c559 memNode
